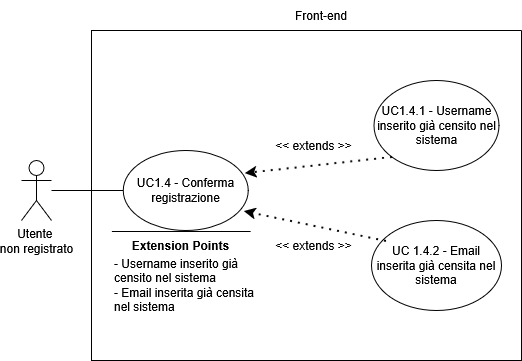
Above: assets/diagrams/UC1_4.png in SkarabGroup/DocumentazioneProgetto (draw.io), before the change. Source tidied: cells renumbered, new cells last; positions are measured from the earlier drawing's top-left corner, leaving out a move shared by most shapes.
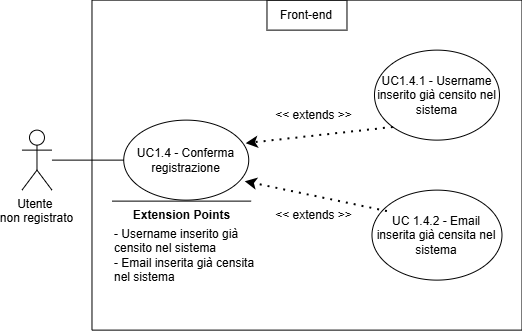
The same file after the commit.

Change to the diagram source:
```diff
@@ -5,47 +5,47 @@
     <mxCell id="2" value="&lt;div&gt;Utente&amp;nbsp;&lt;/div&gt;&lt;div&gt;non registrato&lt;/div&gt;" style="shape=umlActor;verticalLabelPosition=bottom;verticalAlign=top;html=1;outlineConnect=0;" parent="1" vertex="1">
       <mxGeometry y="160" width="30" height="60" as="geometry" />
     </mxCell>
-    <mxCell id="3" style="swimlane;startSize=0;" parent="1" vertex="1">
-      <mxGeometry x="70" y="30" width="430" height="330" as="geometry" />
-    </mxCell>
+    <mxCell id="16" style="swimlane;startSize=0;" parent="1" vertex="1">
+      <mxGeometry x="70" y="30" width="430" height="330" as="geometry" />
+    </mxCell>
-    <mxCell id="4" value="UC1.4 - Conferma registrazione" style="ellipse;whiteSpace=wrap;html=1;" parent="3" vertex="1">
+    <mxCell id="4" value="UC1.4 - Conferma registrazione" style="ellipse;whiteSpace=wrap;html=1;" parent="16" vertex="1">
       <mxGeometry x="31.8" y="120" width="125" height="80" as="geometry" />
     </mxCell>
-    <mxCell id="5" value="UC1.4.1 - Username inserito già censito nel sistema" style="ellipse;whiteSpace=wrap;html=1;" parent="3" vertex="1">
+    <mxCell id="5" value="UC1.4.1 - Username inserito già censito nel sistema" style="ellipse;whiteSpace=wrap;html=1;" parent="16" vertex="1">
       <mxGeometry x="282.5" y="50" width="125" height="90" as="geometry" />
     </mxCell>
-    <mxCell id="6" style="endArrow=classic;dashed=1;html=1;dashPattern=1 3;strokeWidth=2;rounded=0;entryX=0.976;entryY=0.288;entryDx=0;entryDy=0;strokeColor=default;curved=0;endFill=1;endSize=6;entryPerimeter=0;exitX=0;exitY=1;exitDx=0;exitDy=0;" parent="3" edge="1" source="5" target="4">
+    <mxCell id="6" style="endArrow=classic;dashed=1;html=1;dashPattern=1 3;strokeWidth=2;rounded=0;entryX=0.976;entryY=0.288;entryDx=0;entryDy=0;strokeColor=default;curved=0;endFill=1;endSize=6;entryPerimeter=0;exitX=0;exitY=1;exitDx=0;exitDy=0;" parent="16" edge="1" source="5" target="4">
       <mxGeometry relative="1" as="geometry" />
     </mxCell>
-    <mxCell id="7" value="UC 1.4.2 - Email inserita già censita nel sistema" style="ellipse;whiteSpace=wrap;html=1;" parent="3" vertex="1">
+    <mxCell id="7" value="UC 1.4.2 - Email inserita già censita nel sistema" style="ellipse;whiteSpace=wrap;html=1;" parent="16" vertex="1">
       <mxGeometry x="280" y="190" width="130" height="90" as="geometry" />
     </mxCell>
-    <mxCell id="8" style="endArrow=classic;dashed=1;html=1;dashPattern=1 3;strokeWidth=2;rounded=0;entryX=0.968;entryY=0.763;entryDx=0;entryDy=0;exitX=0.115;exitY=0.233;exitDx=0;exitDy=0;strokeColor=default;curved=0;endFill=1;endSize=6;entryPerimeter=0;exitPerimeter=0;" parent="3" edge="1" source="7" target="4">
+    <mxCell id="8" style="endArrow=classic;dashed=1;html=1;dashPattern=1 3;strokeWidth=2;rounded=0;entryX=0.968;entryY=0.763;entryDx=0;entryDy=0;exitX=0.115;exitY=0.233;exitDx=0;exitDy=0;strokeColor=default;curved=0;endFill=1;endSize=6;entryPerimeter=0;exitPerimeter=0;" parent="16" edge="1" source="7" target="4">
       <mxGeometry relative="1" as="geometry" />
     </mxCell>
-    <mxCell id="9" value="&amp;lt;&amp;lt; extends &amp;gt;&amp;gt;" style="text;html=1;whiteSpace=wrap;strokeColor=none;fillColor=none;align=center;verticalAlign=middle;rounded=0;" parent="3" vertex="1">
+    <mxCell id="9" value="&amp;lt;&amp;lt; extends &amp;gt;&amp;gt;" style="text;html=1;whiteSpace=wrap;strokeColor=none;fillColor=none;align=center;verticalAlign=middle;rounded=0;" parent="16" vertex="1">
       <mxGeometry x="175" y="100" width="95" height="30" as="geometry" />
     </mxCell>
-    <mxCell id="10" value="&amp;lt;&amp;lt; extends &amp;gt;&amp;gt;" style="text;html=1;whiteSpace=wrap;strokeColor=none;fillColor=none;align=center;verticalAlign=middle;rounded=0;" parent="3" vertex="1">
+    <mxCell id="10" value="&amp;lt;&amp;lt; extends &amp;gt;&amp;gt;" style="text;html=1;whiteSpace=wrap;strokeColor=none;fillColor=none;align=center;verticalAlign=middle;rounded=0;" parent="16" vertex="1">
       <mxGeometry x="175" y="200" width="95" height="30" as="geometry" />
     </mxCell>
-    <mxCell id="11" style="endArrow=none;html=1;rounded=0;" parent="3" edge="1">
-      <mxGeometry relative="1" as="geometry">
-        <mxPoint x="159.1" y="201" as="sourcePoint" />
-        <mxPoint x="20.4" y="201" as="targetPoint" />
-      </mxGeometry>
-    </mxCell>
+    <mxCell id="17" style="endArrow=none;html=1;rounded=0;" parent="16" edge="1">
+      <mxGeometry relative="1" as="geometry">
+        <mxPoint x="159.1" y="201" as="sourcePoint" />
+        <mxPoint x="20.4" y="201" as="targetPoint" />
+      </mxGeometry>
+    </mxCell>
-    <mxCell id="12" value="&lt;b&gt;Extension Points&lt;/b&gt;" style="text;html=1;whiteSpace=wrap;strokeColor=none;fillColor=none;align=center;verticalAlign=middle;rounded=0;strokeWidth=5;" parent="3" vertex="1">
+    <mxCell id="12" value="&lt;b&gt;Extension Points&lt;/b&gt;" style="text;html=1;whiteSpace=wrap;strokeColor=none;fillColor=none;align=center;verticalAlign=middle;rounded=0;strokeWidth=5;" parent="16" vertex="1">
       <mxGeometry x="32.1" y="200" width="115" height="30" as="geometry" />
     </mxCell>
-    <mxCell id="13" value="&lt;div align=&quot;left&quot;&gt;- Username inserito già censito nel sistema&lt;/div&gt;&lt;div align=&quot;left&quot;&gt;- Email inserita già censita nel sistema&lt;/div&gt;" style="text;html=1;whiteSpace=wrap;strokeColor=none;fillColor=none;align=left;verticalAlign=middle;rounded=0;" parent="3" vertex="1">
+    <mxCell id="13" value="&lt;div align=&quot;left&quot;&gt;- Username inserito già censito nel sistema&lt;/div&gt;&lt;div align=&quot;left&quot;&gt;- Email inserita già censita nel sistema&lt;/div&gt;" style="text;html=1;whiteSpace=wrap;strokeColor=none;fillColor=none;align=left;verticalAlign=middle;rounded=0;" parent="16" vertex="1">
       <mxGeometry x="20.8" y="210" width="147" height="90" as="geometry" />
     </mxCell>
+    <mxCell id="15" value="Front-end" style="text;html=1;whiteSpace=wrap;strokeColor=default;fillColor=none;align=center;verticalAlign=middle;rounded=0;perimeterSpacing=1;" parent="16" vertex="1">
+      <mxGeometry x="175" width="80" height="30" as="geometry" />
+    </mxCell>
     <mxCell id="14" style="endArrow=none;html=1;rounded=0;entryX=0;entryY=0.5;entryDx=0;entryDy=0;" parent="1" edge="1" source="2" target="4">
       <mxGeometry relative="1" as="geometry" />
     </mxCell>
-    <mxCell id="15" value="Front-end" style="text;html=1;whiteSpace=wrap;strokeColor=none;fillColor=none;align=center;verticalAlign=middle;rounded=0;" parent="1" vertex="1">
-      <mxGeometry x="260" width="80" height="30" as="geometry" />
-    </mxCell>
   </root>
 </mxGraphModel>
```
